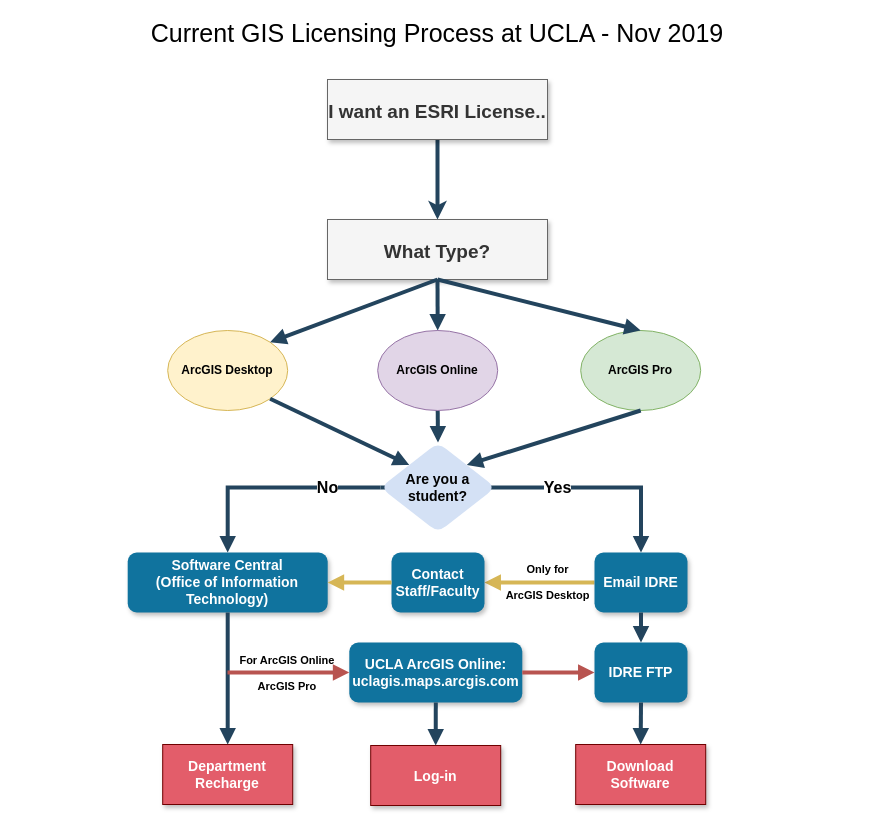
Above: Current ArcGIS Licensing Process at UCLA v2.drawio in albertkun/uclagis (draw.io), before the change. Source tidied: cells renumbered, new cells numbered last; positions are measured from the earlier drawing's top-left corner, leaving out a move shared by most shapes. Both pictures are drawn from the tidied source at 100%, with x=0, y=0 at pixel (17, 22).
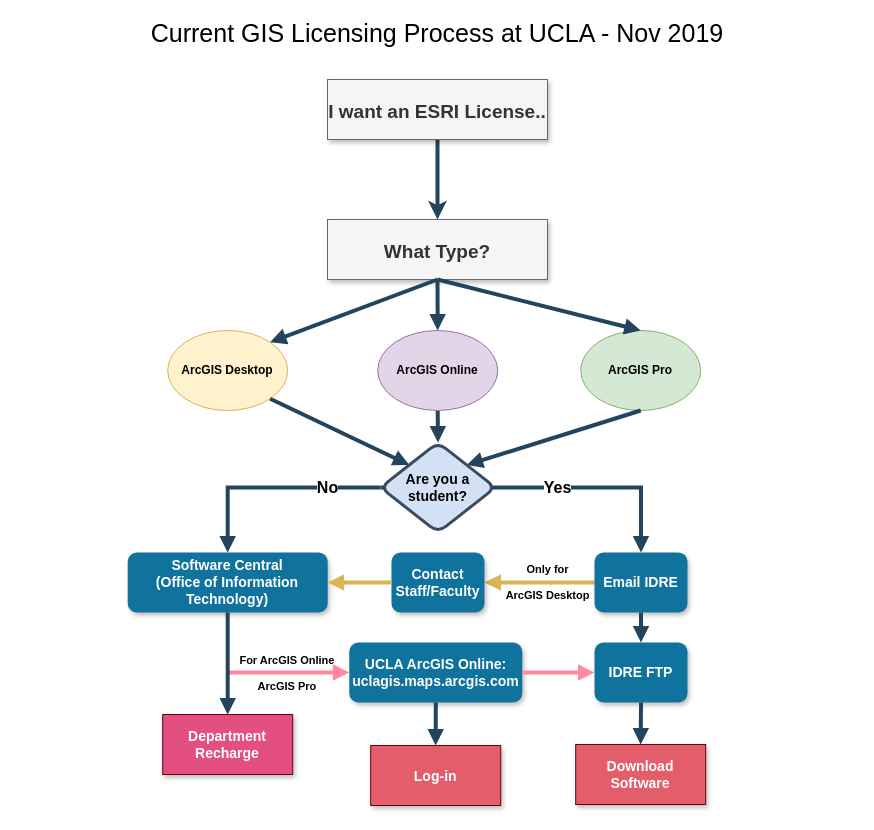
After the change.

Unchanged cells that the change refers to:
```xml
<mxCell id="3" value="Software Central&#10;(Office of Information Technology)" style="rounded=1;fillColor=#10739E;strokeColor=none;shadow=1;gradientColor=none;fontStyle=1;fontColor=#FFFFFF;fontSize=14;verticalAlign=middle;whiteSpace=wrap;" parent="1" vertex="1">
  <mxGeometry x="110.2" y="530" width="200" height="60" as="geometry" />
</mxCell>
<mxCell id="12" value="IDRE FTP" style="rounded=1;fillColor=#10739E;strokeColor=none;shadow=1;gradientColor=none;fontStyle=1;fontColor=#FFFFFF;fontSize=14;verticalAlign=middle;whiteSpace=wrap;" parent="1" vertex="1">
  <mxGeometry x="577" y="620" width="93" height="60" as="geometry" />
</mxCell>
<mxCell id="13" value="UCLA ArcGIS Online:&#10;uclagis.maps.arcgis.com" style="rounded=1;fillColor=#10739E;strokeColor=none;shadow=1;gradientColor=none;fontStyle=1;fontColor=#FFFFFF;fontSize=14;verticalAlign=middle;whiteSpace=wrap;" parent="1" vertex="1">
  <mxGeometry x="331.8" y="620" width="173" height="60" as="geometry" />
</mxCell>
```

Change to the diagram source:
```diff
@@
-    <mxCell id="11" value="Department Recharge" style="rounded=0;fillColor=#E35D6A;strokeColor=#6F0000;shadow=1;fontStyle=1;fontSize=14;fontColor=#ffffff;whiteSpace=wrap;" parent="1" vertex="1">
-      <mxGeometry x="145.2" y="722" width="130" height="60" as="geometry" />
+    <mxCell id="11" value="Department Recharge" style="rounded=0;fillColor=#E34F81;strokeColor=#6F0000;shadow=1;fontStyle=1;fontSize=14;fontColor=#ffffff;whiteSpace=wrap;gradientColor=none;" parent="1" vertex="1">
+      <mxGeometry x="145.2" y="692" width="130" height="60" as="geometry" />
     </mxCell>
@@
-    <mxCell id="18" style="elbow=vertical;strokeWidth=4;endArrow=block;endFill=1;fontStyle=1;strokeColor=#23445D;fontSize=12;rounded=0;exitX=0.5;exitY=1;exitDx=0;exitDy=0;entryX=0.5;entryY=0;entryDx=0;entryDy=0;" parent="1" edge="1" source="3" target="11">
-      <mxGeometry x="-216.5" y="262" as="geometry">
-        <mxPoint x="18" y="-37" as="offset" />
-      </mxGeometry>
-    </mxCell>
@@
-    <mxCell id="30" value="&lt;font color=&quot;#030303&quot;&gt;Are you a student?&lt;/font&gt;" style="rhombus;whiteSpace=wrap;html=1;rounded=1;shadow=0;fontSize=14;fontColor=#FFFFFF;fontStyle=1;strokeColor=none;fillColor=#D4E1F5;gradientColor=none;" parent="1" vertex="1">
+    <mxCell id="30" value="&lt;font color=&quot;#030303&quot;&gt;Are you a student?&lt;/font&gt;" style="rhombus;whiteSpace=wrap;html=1;rounded=1;shadow=0;fontSize=14;fontColor=#FFFFFF;fontStyle=1;strokeColor=#394B5D;fillColor=#D4E1F5;gradientColor=none;strokeWidth=3;" parent="1" vertex="1">
       <mxGeometry x="363" y="420" width="115" height="90" as="geometry" />
     </mxCell>
-    <mxCell id="31" value="For ArcGIS Online&#10;&#10;ArcGIS Pro" style="elbow=vertical;strokeWidth=4;endArrow=block;endFill=1;fontStyle=1;strokeColor=#b85450;fontSize=11;rounded=0;entryX=0;entryY=0.5;entryDx=0;entryDy=0;labelBackgroundColor=none;fillColor=#f8cecc;" parent="1" edge="1" target="13">
+    <mxCell id="31" value="For ArcGIS Online&#10;&#10;ArcGIS Pro" style="elbow=vertical;strokeWidth=4;endArrow=block;endFill=1;fontStyle=1;strokeColor=#FF8A9D;fontSize=11;rounded=0;entryX=0;entryY=0.5;entryDx=0;entryDy=0;labelBackgroundColor=none;fillColor=#f8cecc;" parent="1" edge="1" target="13">
       <mxGeometry as="geometry">
         <mxPoint x="210" y="650" as="sourcePoint" />
         <mxPoint x="-1" as="offset" />
       </mxGeometry>
     </mxCell>
@@
-    <mxCell id="33" style="elbow=vertical;strokeWidth=4;endArrow=block;endFill=1;fontStyle=1;strokeColor=#b85450;fontSize=12;rounded=0;exitX=1;exitY=0.5;exitDx=0;exitDy=0;entryX=0;entryY=0.5;entryDx=0;entryDy=0;fillColor=#f8cecc;" parent="1" edge="1" source="13" target="12">
+    <mxCell id="33" style="elbow=vertical;strokeWidth=4;endArrow=block;endFill=1;fontStyle=1;strokeColor=#FF8A9D;fontSize=12;rounded=0;exitX=1;exitY=0.5;exitDx=0;exitDy=0;entryX=0;entryY=0.5;entryDx=0;entryDy=0;fillColor=#f8cecc;" parent="1" edge="1" source="13" target="12">
       <mxGeometry x="-186.5" y="282" as="geometry">
         <mxPoint x="18" y="-37" as="offset" />
       </mxGeometry>
     </mxCell>
@@
+    <mxCell id="18" style="elbow=vertical;strokeWidth=4;endArrow=block;endFill=1;fontStyle=1;strokeColor=#23445D;fontSize=12;rounded=0;exitX=0.5;exitY=1;exitDx=0;exitDy=0;entryX=0.5;entryY=0;entryDx=0;entryDy=0;" parent="1" edge="1" source="3" target="11">
+      <mxGeometry x="-216.5" y="262" as="geometry">
+        <mxPoint x="18" y="-37" as="offset" />
+      </mxGeometry>
+    </mxCell>
```
